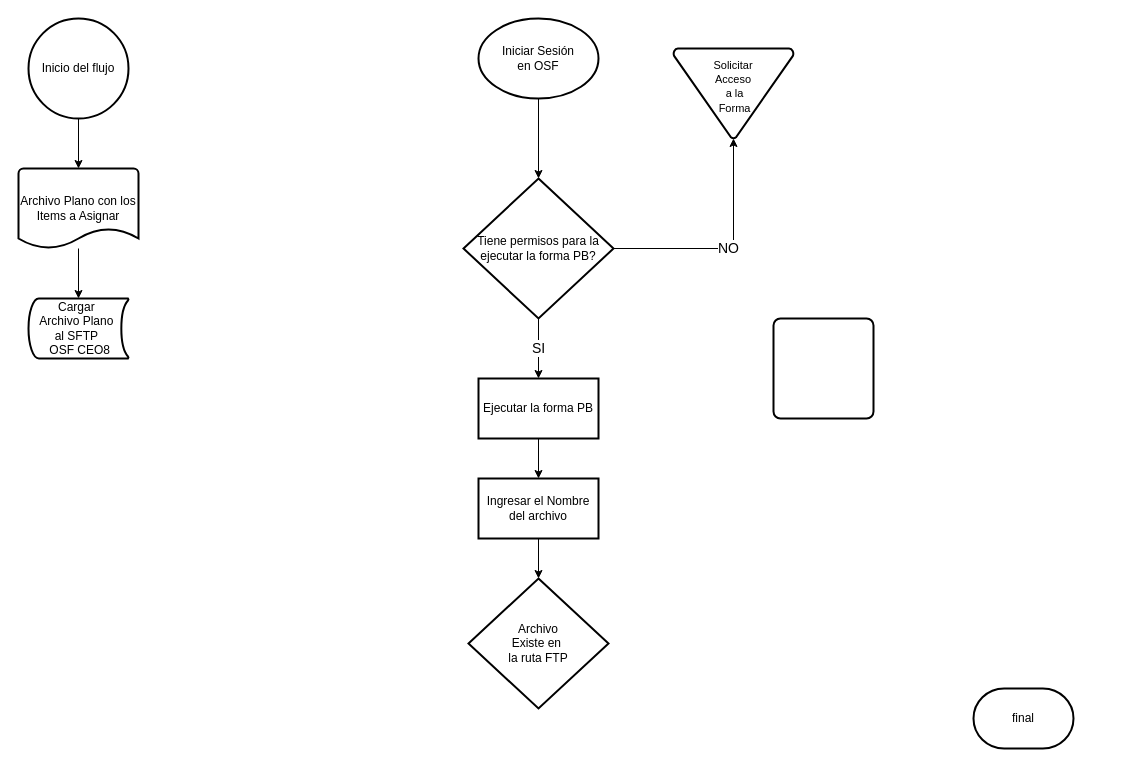
Above: Aranda_1132_Asignacion_Masiva_Items.drawio in danieltm1987/Design_arandas_Horbath (draw.io), before the change. Source tidied: cells renumbered, new cells numbered last; positions are measured from the earlier drawing's top-left corner, leaving out a move shared by most shapes. Both pictures are drawn from the tidied source at 100%, with x=0, y=0 at pixel (18, 18).
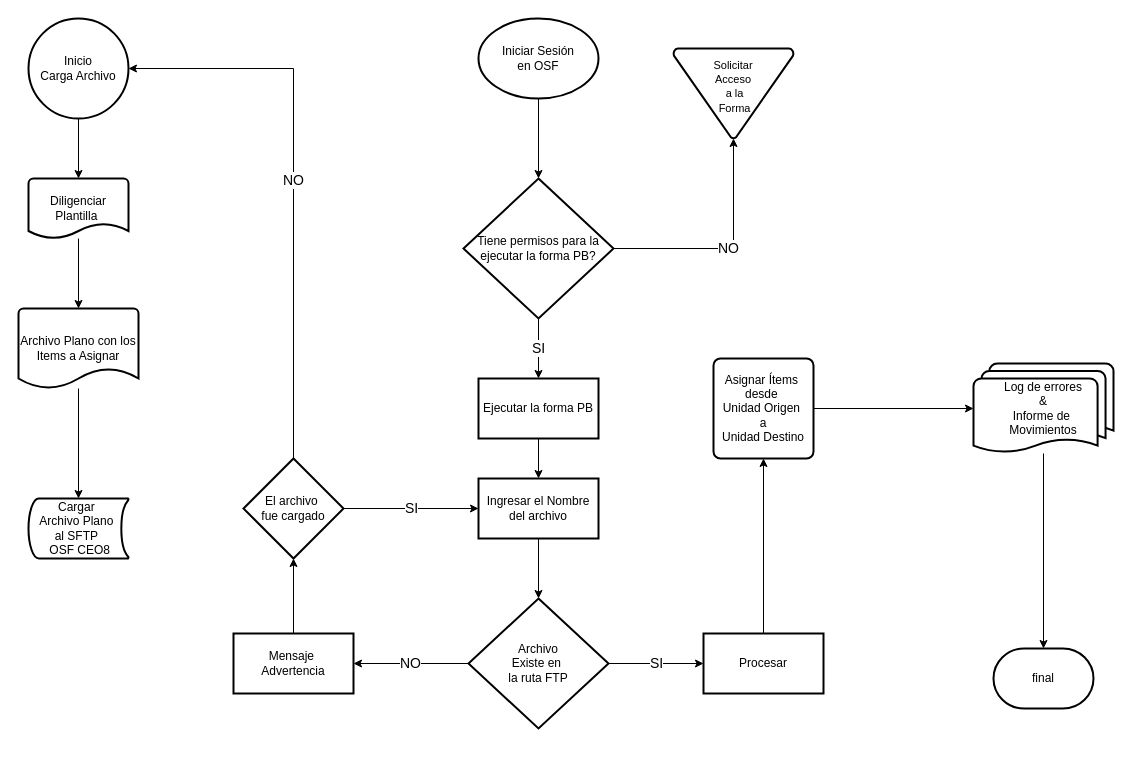
After the change.

Unchanged cells that the change refers to:
```xml
<mxCell id="16" value="Ingresar el Nombre del archivo" style="whiteSpace=wrap;html=1;strokeWidth=2;" parent="1" vertex="1">
  <mxGeometry x="460" y="460" width="120" height="60" as="geometry" />
</mxCell>
```

What changed in the source:
```diff
@@
     <mxCell id="2" value="final" style="strokeWidth=2;html=1;shape=mxgraph.flowchart.terminator;whiteSpace=wrap;" parent="1" vertex="1">
-      <mxGeometry x="955" y="670" width="100" height="60" as="geometry" />
+      <mxGeometry x="975" y="630" width="100" height="60" as="geometry" />
     </mxCell>
     <mxCell id="3" value="Archivo Plano con los Items a Asignar" style="strokeWidth=2;html=1;shape=mxgraph.flowchart.document2;whiteSpace=wrap;size=0.25;" parent="1" vertex="1">
-      <mxGeometry y="150" width="120" height="80" as="geometry" />
+      <mxGeometry y="290" width="120" height="80" as="geometry" />
     </mxCell>
-    <mxCell id="4" value="Inicio del flujo" style="strokeWidth=2;html=1;shape=mxgraph.flowchart.start_2;whiteSpace=wrap;" parent="1" vertex="1">
+    <mxCell id="4" value="Inicio&lt;div&gt;Carga Archivo&lt;/div&gt;" style="strokeWidth=2;html=1;shape=mxgraph.flowchart.start_2;whiteSpace=wrap;" parent="1" vertex="1">
       <mxGeometry x="10" width="100" height="100" as="geometry" />
     </mxCell>
     <mxCell id="5" value="Cargar&amp;nbsp;&lt;div&gt;Archivo Plano&amp;nbsp;&lt;/div&gt;&lt;div&gt;al SFTP&amp;nbsp;&lt;/div&gt;&lt;div&gt;&lt;div&gt;&amp;nbsp;OSF CEO8&lt;/div&gt;&lt;/div&gt;" style="strokeWidth=2;html=1;shape=mxgraph.flowchart.stored_data;whiteSpace=wrap;" parent="1" vertex="1">
-      <mxGeometry x="10" y="280" width="100" height="60" as="geometry" />
+      <mxGeometry x="10" y="480" width="100" height="60" as="geometry" />
     </mxCell>
@@
-    <mxCell id="7" style="edgeStyle=orthogonalEdgeStyle;rounded=0;jettySize=auto;html=1;entryX=0.5;entryY=0;entryDx=0;entryDy=0;entryPerimeter=0;" parent="1" edge="1" source="4" target="3">
+    <mxCell id="7" style="edgeStyle=orthogonalEdgeStyle;rounded=0;jettySize=auto;html=1;" parent="1" edge="1" source="4" target="33">
       <mxGeometry relative="1" as="geometry" />
     </mxCell>
@@
-    <mxCell id="12" style="rounded=1;whiteSpace=wrap;html=1;absoluteArcSize=1;arcSize=14;strokeWidth=2;" parent="1" vertex="1">
-      <mxGeometry x="755" y="300" width="100" height="100" as="geometry" />
-    </mxCell>
@@
+    <mxCell id="20" value="&lt;font style=&quot;font-size: 14px;&quot;&gt;NO&lt;/font&gt;" style="edgeStyle=orthogonalEdgeStyle;rounded=0;jettySize=auto;html=1;" parent="1" edge="1" source="17" target="22">
+      <mxGeometry relative="1" as="geometry" />
+    </mxCell>
+    <mxCell id="21" value="&lt;font style=&quot;font-size: 14px;&quot;&gt;SI&lt;/font&gt;" style="edgeStyle=orthogonalEdgeStyle;rounded=0;jettySize=auto;html=1;" parent="1" edge="1" source="17" target="24">
+      <mxGeometry relative="1" as="geometry" />
+    </mxCell>
     <mxCell id="17" value="Archivo&lt;div&gt;Existe en&amp;nbsp;&lt;/div&gt;&lt;div&gt;la ruta FTP&lt;/div&gt;" style="strokeWidth=2;html=1;shape=mxgraph.flowchart.decision;whiteSpace=wrap;" parent="1" vertex="1">
-      <mxGeometry x="450" y="560" width="140" height="130" as="geometry" />
+      <mxGeometry x="450" y="580" width="140" height="130" as="geometry" />
     </mxCell>
@@
+    <mxCell id="22" value="Mensaje&amp;nbsp;&lt;div&gt;Advertencia&lt;/div&gt;" style="whiteSpace=wrap;html=1;strokeWidth=2;" parent="1" vertex="1">
+      <mxGeometry x="215" y="615" width="120" height="60" as="geometry" />
+    </mxCell>
+    <mxCell id="23" style="edgeStyle=orthogonalEdgeStyle;rounded=0;jettySize=auto;html=1;entryX=0.5;entryY=1;entryDx=0;entryDy=0;" parent="1" edge="1" source="24" target="29">
+      <mxGeometry relative="1" as="geometry" />
+    </mxCell>
+    <mxCell id="24" value="Procesar" style="whiteSpace=wrap;html=1;strokeWidth=2;" parent="1" vertex="1">
+      <mxGeometry x="685" y="615" width="120" height="60" as="geometry" />
+    </mxCell>
+    <mxCell id="25" value="&lt;font style=&quot;font-size: 14px;&quot;&gt;SI&lt;/font&gt;" style="edgeStyle=orthogonalEdgeStyle;rounded=0;jettySize=auto;html=1;entryX=0;entryY=0.5;entryDx=0;entryDy=0;" parent="1" edge="1" source="26" target="16">
+      <mxGeometry relative="1" as="geometry" />
+    </mxCell>
+    <mxCell id="26" value="El archivo&amp;nbsp;&lt;div&gt;fue cargado&lt;/div&gt;" style="strokeWidth=2;html=1;shape=mxgraph.flowchart.decision;whiteSpace=wrap;" parent="1" vertex="1">
+      <mxGeometry x="225" y="440" width="100" height="100" as="geometry" />
+    </mxCell>
+    <mxCell id="27" style="edgeStyle=orthogonalEdgeStyle;rounded=0;jettySize=auto;html=1;entryX=0.5;entryY=1;entryDx=0;entryDy=0;entryPerimeter=0;" parent="1" edge="1" source="22" target="26">
+      <mxGeometry relative="1" as="geometry" />
+    </mxCell>
+    <mxCell id="28" value="&lt;font style=&quot;font-size: 14px;&quot;&gt;NO&lt;/font&gt;" style="edgeStyle=orthogonalEdgeStyle;rounded=0;jettySize=auto;html=1;entryX=1;entryY=0.5;entryDx=0;entryDy=0;entryPerimeter=0;" parent="1" edge="1" source="26" target="4">
+      <mxGeometry relative="1" as="geometry">
+        <Array as="points">
+          <mxPoint x="275" y="50" />
+        </Array>
+      </mxGeometry>
+    </mxCell>
+    <mxCell id="29" value="Asignar Ítems&amp;nbsp;&lt;div&gt;desde&amp;nbsp;&lt;div&gt;Unidad Origen&amp;nbsp;&lt;/div&gt;&lt;div&gt;a&lt;/div&gt;&lt;div&gt;Unidad Destino&lt;/div&gt;&lt;/div&gt;" style="rounded=1;whiteSpace=wrap;html=1;absoluteArcSize=1;arcSize=14;strokeWidth=2;" parent="1" vertex="1">
+      <mxGeometry x="695" y="340" width="100" height="100" as="geometry" />
+    </mxCell>
+    <mxCell id="30" style="edgeStyle=orthogonalEdgeStyle;rounded=0;jettySize=auto;html=1;" parent="1" edge="1" source="31" target="2">
+      <mxGeometry relative="1" as="geometry" />
+    </mxCell>
+    <mxCell id="31" value="Log de errores&lt;div&gt;&amp;amp;&lt;/div&gt;&lt;div&gt;Informe de&amp;nbsp;&lt;/div&gt;&lt;div&gt;Movimientos&lt;/div&gt;" style="strokeWidth=2;html=1;shape=mxgraph.flowchart.multi-document;whiteSpace=wrap;" parent="1" vertex="1">
+      <mxGeometry x="955" y="345" width="140" height="90" as="geometry" />
+    </mxCell>
+    <mxCell id="32" style="edgeStyle=orthogonalEdgeStyle;rounded=0;jettySize=auto;html=1;entryX=0;entryY=0.5;entryDx=0;entryDy=0;entryPerimeter=0;" parent="1" edge="1" source="29" target="31">
+      <mxGeometry relative="1" as="geometry" />
+    </mxCell>
+    <mxCell id="33" value="Diligenciar&lt;div&gt;Plantilla&amp;nbsp;&lt;/div&gt;" style="strokeWidth=2;html=1;shape=mxgraph.flowchart.document2;whiteSpace=wrap;size=0.25;" parent="1" vertex="1">
+      <mxGeometry x="10" y="160" width="100" height="60" as="geometry" />
+    </mxCell>
+    <mxCell id="34" style="edgeStyle=orthogonalEdgeStyle;rounded=0;jettySize=auto;html=1;entryX=0.5;entryY=0;entryDx=0;entryDy=0;entryPerimeter=0;" parent="1" edge="1" source="33" target="3">
+      <mxGeometry relative="1" as="geometry" />
+    </mxCell>
```
